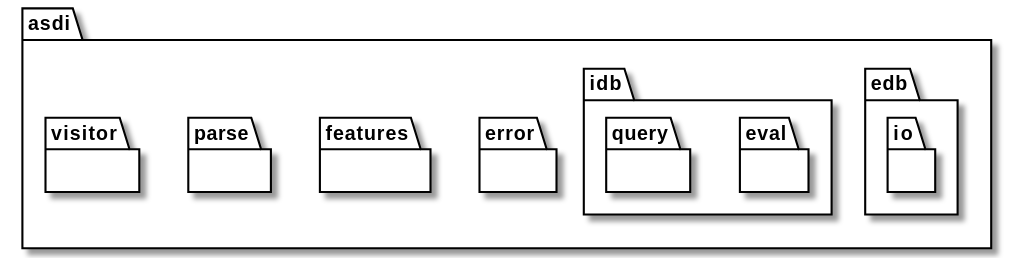
johnstonskj/rust-asdi keeps this PlantUML diagram as book/src/model/top.svg. Above is the earlier version.
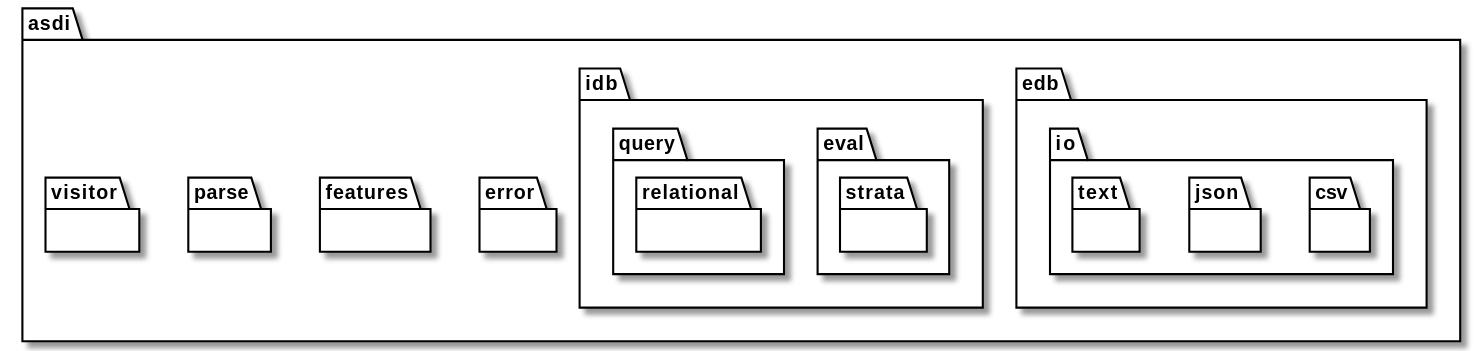
The same file after the commit.

The edit, as a diff of the source:
```diff
@@ -5,13 +5,21 @@
 namespace asdi {
 
     namespace edb {
-        namespace io {}
+        namespace io {
+            namespace csv {}
+            namespace json {}
+            namespace text {}
+        }
     }
     namespace error {}
     namespace features {}
     namespace idb {
-        namespace eval {}
-        namespace query {}
+        namespace eval {
+            namespace strata {}
+        }
+        namespace query {
+            namespace relational {}
+        }
     }
     namespace parse {}
     namespace visitor {}
```
